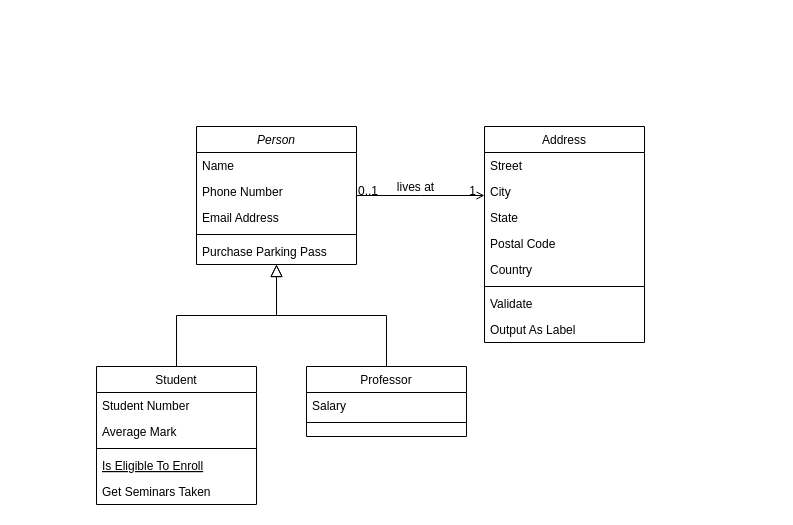
Earlier version of the draw.io diagram Untitled Diagram.drawio (ReaderCoder/ReaderCoder). Source tidied: cells renumbered, new cells numbered last; positions are measured from the earlier drawing's top-left corner, leaving out a move shared by most shapes. Both pictures are drawn from the tidied source at 100%, with x=0, y=0 at pixel (96, 126).
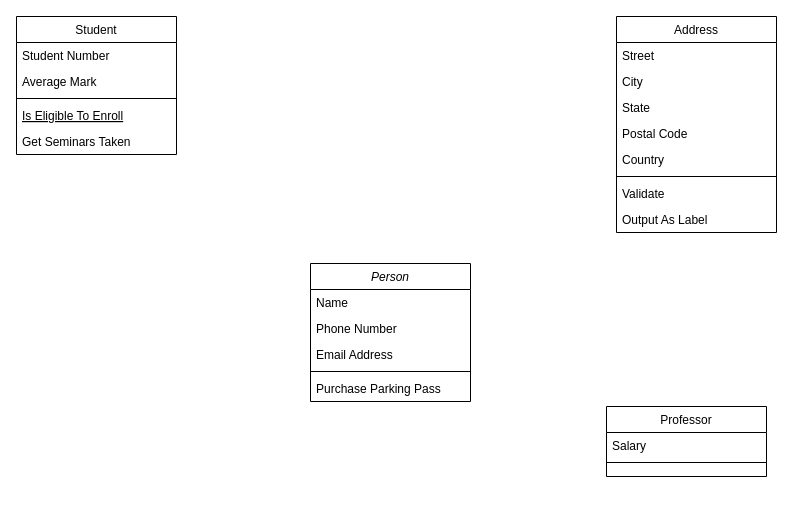
The same diagram, later.

Commit message:
Recruitment Idea

Change to the diagram source:
```diff
@@
-    <mxCell id="2" value="Person" style="swimlane;fontStyle=2;align=center;verticalAlign=top;horizontal=1;startSize=26;rounded=0;shadow=0;strokeWidth=1;" parent="1" vertex="1">
-      <mxGeometry x="100" width="160" height="138" as="geometry" />
+    <mxCell id="2" value="Person" style="swimlane;fontStyle=2;align=center;verticalAlign=top;horizontal=1;startSize=26;rounded=0;shadow=0;strokeWidth=1;strokeColor=default;swimlaneLine=1;" parent="1" vertex="1">
+      <mxGeometry x="214" y="137" width="160" height="138" as="geometry" />
     </mxCell>
@@
     <mxCell id="8" value="Student" style="swimlane;fontStyle=0;align=center;verticalAlign=top;horizontal=1;startSize=26;rounded=0;shadow=0;strokeWidth=1;" parent="1" vertex="1">
-      <mxGeometry y="240" width="160" height="138" as="geometry" />
+      <mxGeometry x="-80" y="-110" width="160" height="138" as="geometry" />
     </mxCell>
@@
-    <mxCell id="14" style="endArrow=block;endSize=10;endFill=0;shadow=0;strokeWidth=1;rounded=0;edgeStyle=elbowEdgeStyle;elbow=vertical;" parent="1" edge="1" source="8" target="2">
-      <mxGeometry relative="1" as="geometry" />
-    </mxCell>
     <mxCell id="15" value="Professor" style="swimlane;fontStyle=0;align=center;verticalAlign=top;horizontal=1;startSize=26;rounded=0;shadow=0;strokeWidth=1;" parent="1" vertex="1">
-      <mxGeometry x="210" y="240" width="160" height="70" as="geometry" />
+      <mxGeometry x="510" y="280" width="160" height="70" as="geometry" />
     </mxCell>
@@
-    <mxCell id="18" style="endArrow=block;endSize=10;endFill=0;shadow=0;strokeWidth=1;rounded=0;edgeStyle=elbowEdgeStyle;elbow=vertical;" parent="1" edge="1" source="15" target="2">
-      <mxGeometry relative="1" as="geometry" />
-    </mxCell>
     <mxCell id="19" value="Address" style="swimlane;fontStyle=0;align=center;verticalAlign=top;horizontal=1;startSize=26;rounded=0;shadow=0;strokeWidth=1;" parent="1" vertex="1">
-      <mxGeometry x="388" width="160" height="216" as="geometry" />
+      <mxGeometry x="520" y="-110" width="160" height="216" as="geometry" />
     </mxCell>
@@
-    <mxCell id="28" style="endArrow=open;shadow=0;strokeWidth=1;rounded=0;endFill=1;edgeStyle=elbowEdgeStyle;elbow=vertical;" parent="1" edge="1" source="2" target="19">
-      <mxGeometry x="0.5" y="41" relative="1" as="geometry">
-        <mxPoint x="-40" y="32" as="offset" />
-      </mxGeometry>
-    </mxCell>
-    <mxCell id="29" value="0..1" style="align=left;verticalAlign=bottom;labelBackgroundColor=none;fontSize=12;" parent="28" vertex="1">
-      <mxGeometry x="-1" relative="1" as="geometry">
-        <mxPoint y="4" as="offset" />
-      </mxGeometry>
-    </mxCell>
-    <mxCell id="30" value="1" style="align=right;verticalAlign=bottom;labelBackgroundColor=none;fontSize=12;" parent="28" vertex="1">
-      <mxGeometry x="1" relative="1" as="geometry">
-        <mxPoint x="-7" y="4" as="offset" />
-      </mxGeometry>
-    </mxCell>
-    <mxCell id="31" value="lives at" style="text;html=1;align=center;verticalAlign=middle;labelBackgroundColor=none;rounded=0;shadow=0;strokeWidth=1;fontSize=12;" parent="28" vertex="1">
-      <mxGeometry x="0.5" y="49" relative="1" as="geometry">
-        <mxPoint x="-38" y="40" as="offset" />
-      </mxGeometry>
-    </mxCell>
```
